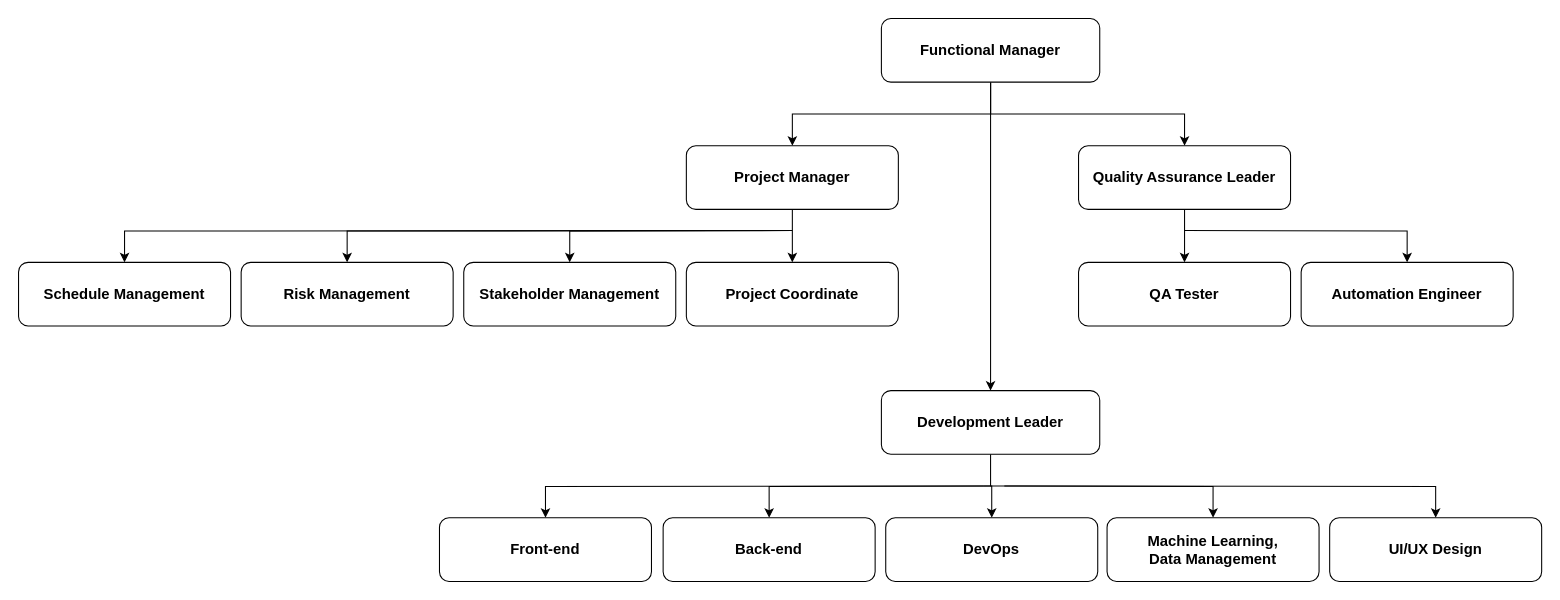
Earlier version of the draw.io diagram Untitled Diagram.drawio (iirtrtrt/data). Source tidied: cells renumbered, new cells numbered last; positions are measured from the earlier drawing's top-left corner, leaving out a move shared by most shapes. Both pictures are drawn from the tidied source at 106%, with x=0, y=0 at pixel (18, 18).
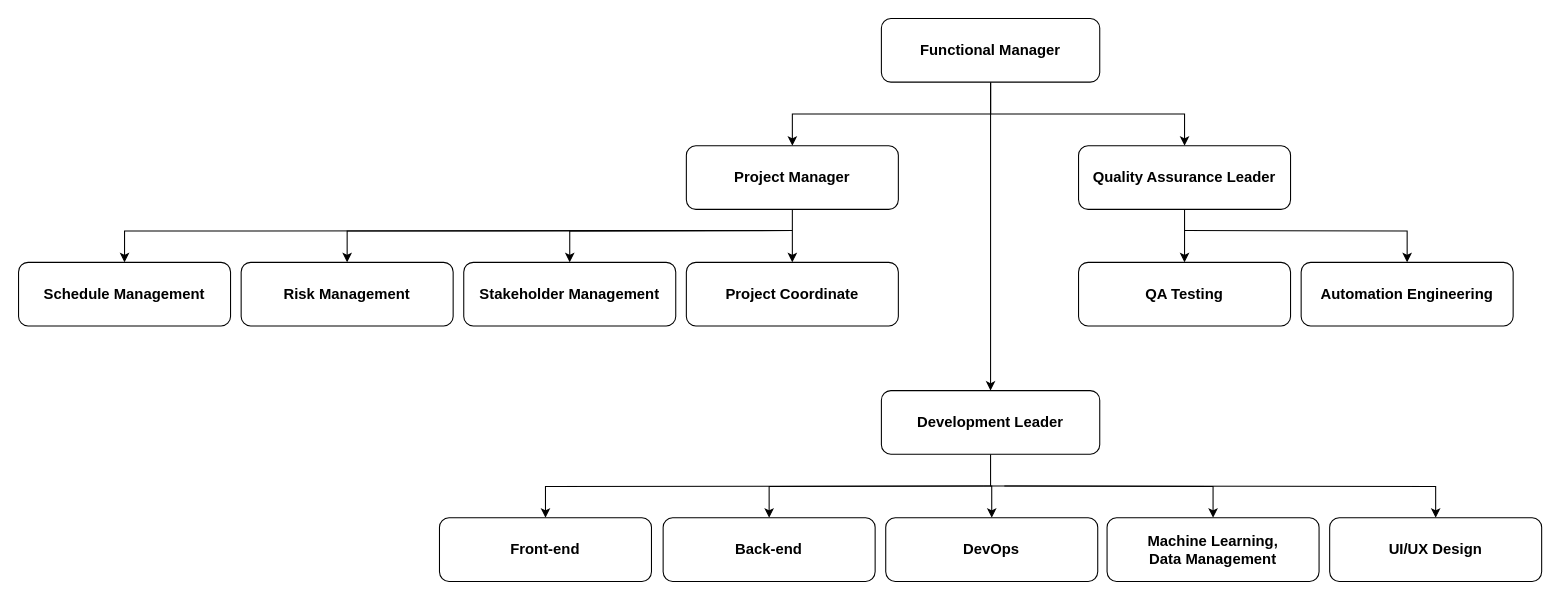
After the change.

What changed in the source:
```diff
@@
-    <mxCell id="25" value="&lt;span style=&quot;font-size: 14px;&quot;&gt;&lt;b&gt;QA Tester&lt;/b&gt;&lt;/span&gt;" style="rounded=1;whiteSpace=wrap;html=1;" parent="1" vertex="1">
+    <mxCell id="25" value="&lt;span style=&quot;font-size: 14px;&quot;&gt;&lt;b&gt;QA Testing&lt;/b&gt;&lt;/span&gt;" style="rounded=1;whiteSpace=wrap;html=1;" parent="1" vertex="1">
       <mxGeometry x="1000" y="230" width="200" height="60" as="geometry" />
     </mxCell>
-    <mxCell id="26" value="&lt;span style=&quot;font-size: 14px;&quot;&gt;&lt;b&gt;Automation Engineer&lt;/b&gt;&lt;/span&gt;" style="rounded=1;whiteSpace=wrap;html=1;" parent="1" vertex="1">
+    <mxCell id="26" value="&lt;span style=&quot;font-size: 14px;&quot;&gt;&lt;b&gt;Automation Engineering&lt;/b&gt;&lt;/span&gt;" style="rounded=1;whiteSpace=wrap;html=1;" parent="1" vertex="1">
       <mxGeometry x="1210" y="230" width="200" height="60" as="geometry" />
     </mxCell>
```
